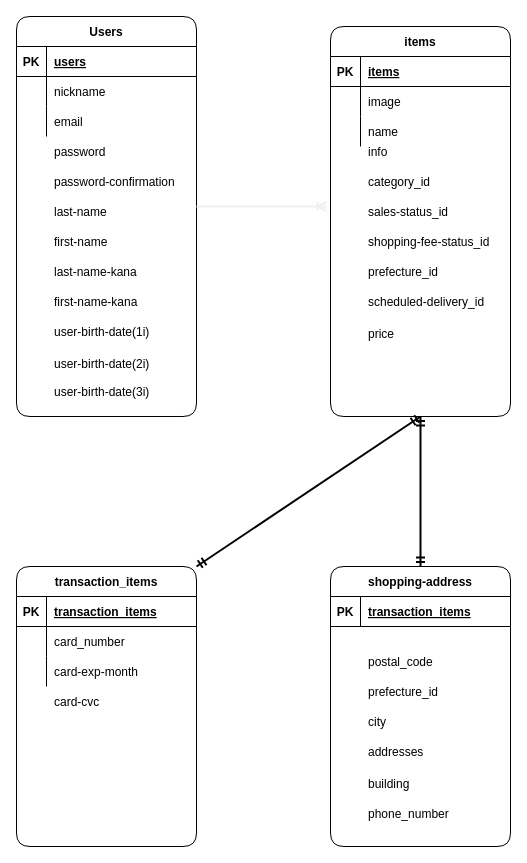
Before: test.dio in yuki5546/furima-32369, a draw.io diagram. Source tidied: cells renumbered, new cells numbered last; positions are measured from the earlier drawing's top-left corner, leaving out a move shared by most shapes. Both pictures are drawn from the tidied source at 100%, with x=0, y=0 at pixel (16, 16).
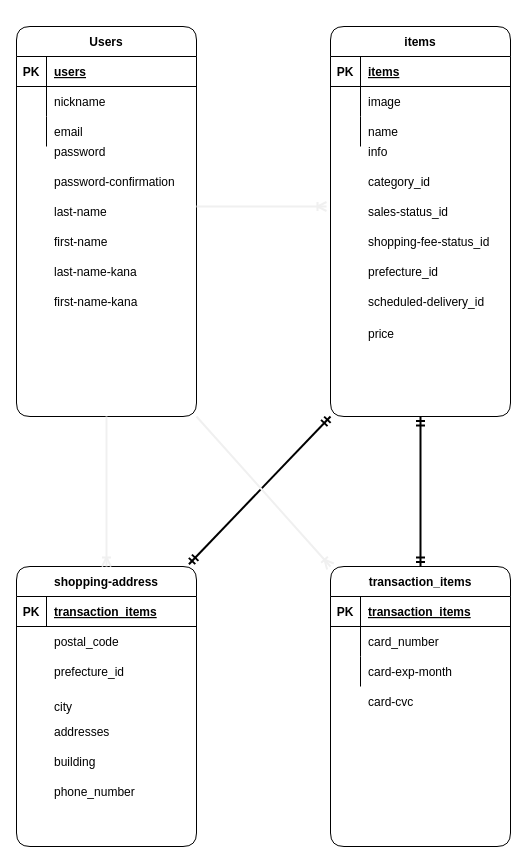
The same page after the edit.

Commit message (it also covers changes not shown here):
データベース設計＃３

Unchanged cells that the change refers to:
```xml
<mxCell id="21" value="items" style="shape=table;startSize=30;childLayout=tableLayout;rowLines=0;fontStyle=1;align=center;rounded=1;" parent="1" vertex="1">
  <mxGeometry x="314" y="10" width="180" height="390" as="geometry" />
</mxCell>
```

Change to the diagram source:
```diff
@@
     <mxCell id="2" value="Users" style="shape=table;startSize=30;childLayout=tableLayout;rowLines=0;fontStyle=1;align=center;rounded=1;" parent="1" vertex="1">
-      <mxGeometry width="180" height="400" as="geometry" />
+      <mxGeometry y="10" width="180" height="390" as="geometry" />
     </mxCell>
@@
-    <mxCell id="18" value="user-birth-date(1i)" style="shape=partialRectangle;fillColor=none;top=0;left=0;bottom=0;right=0;align=left;spacingLeft=6;overflow=hidden;rounded=1;" parent="1" vertex="1">
-      <mxGeometry x="30" y="300" width="150" height="30" as="geometry" />
-    </mxCell>
-    <mxCell id="19" value="user-birth-date(2i)" style="shape=partialRectangle;fillColor=none;top=0;left=0;bottom=0;right=0;align=left;spacingLeft=6;overflow=hidden;rounded=1;" parent="1" vertex="1">
-      <mxGeometry x="30" y="332" width="150" height="30" as="geometry" />
-    </mxCell>
-    <mxCell id="20" value="user-birth-date(3i)" style="shape=partialRectangle;fillColor=none;top=0;left=0;bottom=0;right=0;align=left;spacingLeft=6;overflow=hidden;rounded=1;" parent="1" vertex="1">
-      <mxGeometry x="30" y="360" width="150" height="30" as="geometry" />
-    </mxCell>
@@
     <mxCell id="38" value="transaction_items" style="shape=table;startSize=30;childLayout=tableLayout;rowLines=0;fontStyle=1;align=center;rounded=1;" parent="1" vertex="1">
-      <mxGeometry y="550" width="180" height="280" as="geometry" />
+      <mxGeometry x="314" y="550" width="180" height="280" as="geometry" />
     </mxCell>
@@
     <mxCell id="48" value="card-cvc" style="shape=partialRectangle;fillColor=none;top=0;left=0;bottom=0;right=0;align=left;spacingLeft=6;overflow=hidden;rounded=1;" parent="1" vertex="1">
-      <mxGeometry x="30" y="670" width="150" height="30" as="geometry" />
+      <mxGeometry x="344" y="670" width="150" height="30" as="geometry" />
     </mxCell>
@@
     <mxCell id="50" value="shopping-address" style="shape=table;startSize=30;childLayout=tableLayout;rowLines=0;fontStyle=1;align=center;rounded=1;" parent="1" vertex="1">
-      <mxGeometry x="314" y="550" width="180" height="280" as="geometry" />
+      <mxGeometry y="550" width="180" height="280" as="geometry" />
     </mxCell>
@@
     <mxCell id="54" value="postal_code" style="shape=partialRectangle;fillColor=none;top=0;left=0;bottom=0;right=0;align=left;spacingLeft=6;overflow=hidden;rounded=1;" parent="1" vertex="1">
-      <mxGeometry x="344" y="630" width="150" height="30" as="geometry" />
+      <mxGeometry x="30" y="610" width="150" height="30" as="geometry" />
     </mxCell>
     <mxCell id="55" value="prefecture_id" style="shape=partialRectangle;fillColor=none;top=0;left=0;bottom=0;right=0;align=left;spacingLeft=6;overflow=hidden;rounded=1;" parent="1" vertex="1">
-      <mxGeometry x="344" y="660" width="150" height="30" as="geometry" />
+      <mxGeometry x="30" y="640" width="150" height="30" as="geometry" />
     </mxCell>
     <mxCell id="56" value="city" style="shape=partialRectangle;fillColor=none;top=0;left=0;bottom=0;right=0;align=left;spacingLeft=6;overflow=hidden;rounded=1;" parent="1" vertex="1">
-      <mxGeometry x="344" y="690" width="150" height="30" as="geometry" />
+      <mxGeometry x="30" y="675" width="150" height="30" as="geometry" />
     </mxCell>
     <mxCell id="57" value="addresses" style="shape=partialRectangle;fillColor=none;top=0;left=0;bottom=0;right=0;align=left;spacingLeft=6;overflow=hidden;rounded=1;" parent="1" vertex="1">
-      <mxGeometry x="344" y="720" width="150" height="30" as="geometry" />
+      <mxGeometry x="30" y="700" width="150" height="30" as="geometry" />
     </mxCell>
     <mxCell id="58" value="building" style="shape=partialRectangle;fillColor=none;top=0;left=0;bottom=0;right=0;align=left;spacingLeft=6;overflow=hidden;rounded=1;" parent="1" vertex="1">
-      <mxGeometry x="344" y="752" width="150" height="30" as="geometry" />
+      <mxGeometry x="30" y="730" width="150" height="30" as="geometry" />
     </mxCell>
     <mxCell id="59" value="phone_number" style="shape=partialRectangle;fillColor=none;top=0;left=0;bottom=0;right=0;align=left;spacingLeft=6;overflow=hidden;rounded=1;" parent="1" vertex="1">
-      <mxGeometry x="344" y="782" width="150" height="30" as="geometry" />
+      <mxGeometry x="30" y="760" width="150" height="30" as="geometry" />
     </mxCell>
+    <mxCell id="61" style="fontSize=12;html=1;endArrow=ERmandOne;startArrow=ERmandOne;strokeWidth=2;entryX=0.5;entryY=1;entryDx=0;entryDy=0;exitX=0.5;exitY=0;exitDx=0;exitDy=0;" parent="1" edge="1" source="38" target="21">
+      <mxGeometry relative="1" as="geometry" />
+    </mxCell>
-    <mxCell id="60" style="fontSize=12;html=1;endArrow=ERmandOne;startArrow=ERmandOne;strokeWidth=2;exitX=0.5;exitY=0;exitDx=0;exitDy=0;entryX=0.5;entryY=1;entryDx=0;entryDy=0;" parent="1" edge="1" source="50" target="21">
+    <mxCell id="60" style="fontSize=12;html=1;endArrow=ERmandOne;startArrow=ERmandOne;strokeWidth=2;entryX=0;entryY=1;entryDx=0;entryDy=0;exitX=0.958;exitY=-0.008;exitDx=0;exitDy=0;exitPerimeter=0;" parent="1" edge="1" source="50" target="21">
       <mxGeometry relative="1" as="geometry" />
     </mxCell>
-    <mxCell id="61" style="fontSize=12;html=1;endArrow=ERmandOne;startArrow=ERmandOne;strokeWidth=2;exitX=1;exitY=0;exitDx=0;exitDy=0;entryX=0.5;entryY=1;entryDx=0;entryDy=0;" parent="1" edge="1" source="38" target="21">
-      <mxGeometry relative="1" as="geometry" />
-    </mxCell>
+    <mxCell id="62" style="fontSize=12;html=1;endArrow=ERoneToMany;strokeWidth=2;strokeColor=#F0F0F0;entryX=0.5;entryY=0;entryDx=0;entryDy=0;exitX=0.5;exitY=1;exitDx=0;exitDy=0;" parent="1" edge="1" source="2" target="50">
+      <mxGeometry relative="1" as="geometry">
+        <Array as="points">
+          <mxPoint x="90" y="460" />
+        </Array>
+      </mxGeometry>
+    </mxCell>
+    <mxCell id="63" style="fontSize=12;html=1;endArrow=ERoneToMany;strokeWidth=2;strokeColor=#F0F0F0;entryX=0;entryY=0;entryDx=0;entryDy=0;exitX=1;exitY=1;exitDx=0;exitDy=0;" parent="1" edge="1" source="2" target="38">
+      <mxGeometry relative="1" as="geometry" />
+    </mxCell>
```
